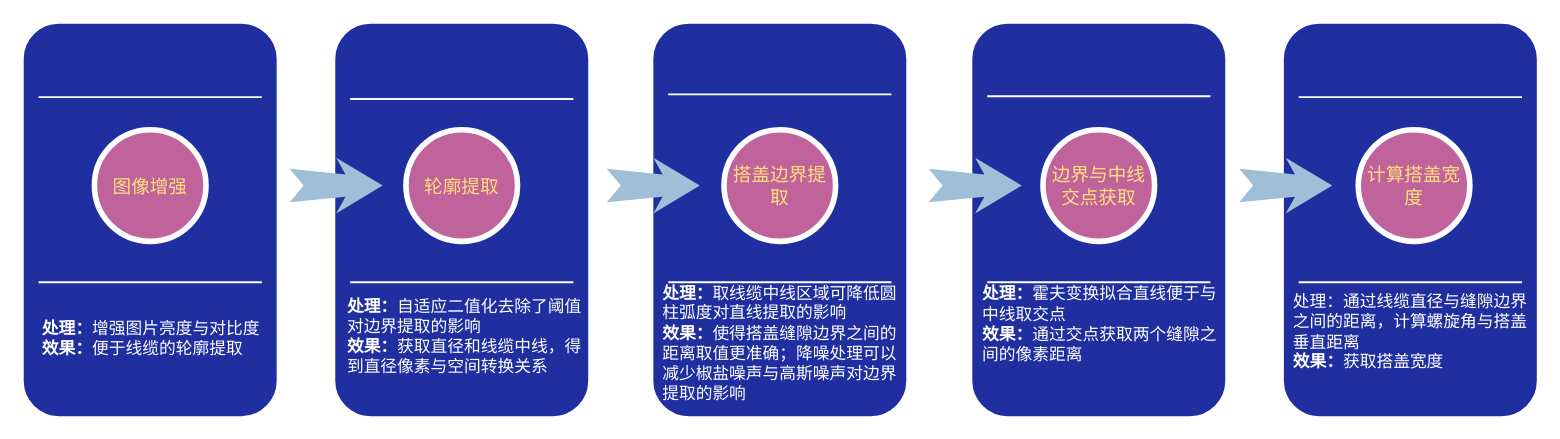
liuyi3013/colab keeps this draw.io diagram as 未命名绘图.drawio. Above is the earlier version. Source tidied: cells renumbered, new cells numbered last; positions are measured from the earlier drawing's top-left corner, leaving out a move shared by most shapes. Both pictures are drawn from the tidied source at 93%, with x=0, y=0 at pixel (20, 20).
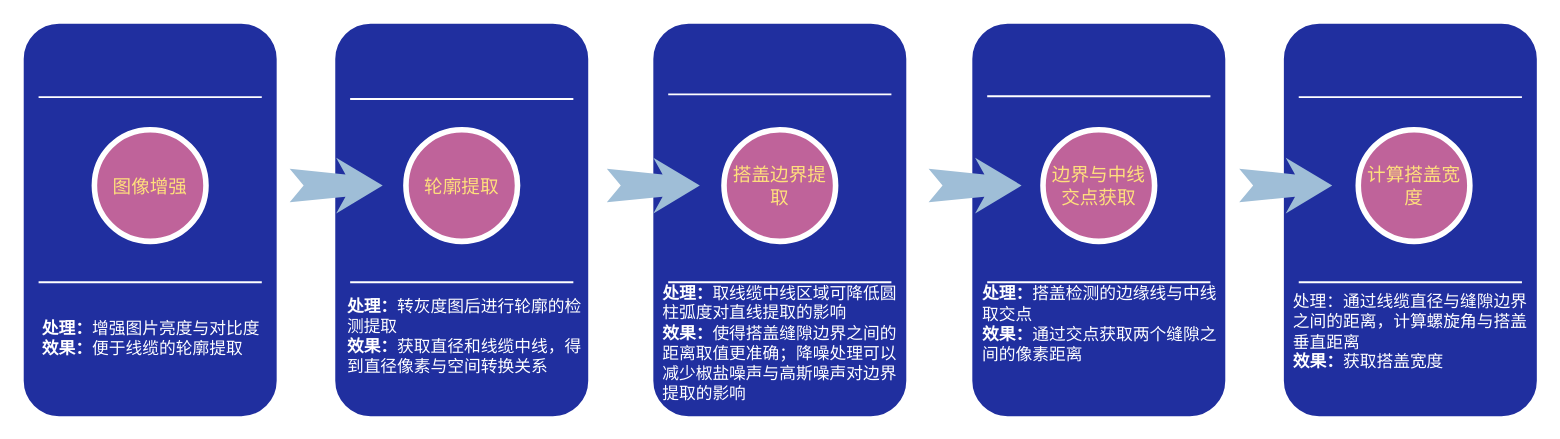
The same diagram, later.

What changed in the source:
```diff
@@
-    <mxCell id="3" value="&lt;b&gt;处理：&lt;/b&gt;自适应二值化去除了阈值对边界提取的影响&lt;br&gt;&lt;b&gt;效果：&lt;/b&gt;获取直径和线缆中线，得到直径像素与空间转换关系" style="text;html=1;strokeColor=none;fillColor=none;align=left;verticalAlign=middle;whiteSpace=wrap;rounded=0;shadow=0;fontSize=18;fontColor=#FFFFFF;" parent="1" vertex="1">
+    <mxCell id="3" value="&lt;b&gt;处理：&lt;/b&gt;转灰度图后进行轮廓的检测提取&lt;br&gt;&lt;b&gt;效果：&lt;/b&gt;获取直径和线缆中线，得到直径像素与空间转换关系" style="text;html=1;strokeColor=none;fillColor=none;align=left;verticalAlign=middle;whiteSpace=wrap;rounded=0;shadow=0;fontSize=18;fontColor=#FFFFFF;" parent="1" vertex="1">
       <mxGeometry x="349.5" y="296" width="254.5" height="90" as="geometry" />
     </mxCell>
@@
-    <mxCell id="15" value="&lt;b&gt;处理：&lt;/b&gt;霍夫变换拟合直线便于与中线取交点&lt;br&gt;&lt;b&gt;效果：&lt;/b&gt;通过交点获取两个缝隙之间的像素距离" style="text;html=1;strokeColor=none;fillColor=none;align=left;verticalAlign=middle;whiteSpace=wrap;rounded=0;shadow=0;fontSize=18;fontColor=#FFFFFF;" parent="1" vertex="1">
+    <mxCell id="15" value="&lt;b&gt;处理：&lt;/b&gt;搭盖检测的边缘线与中线取交点&lt;br&gt;&lt;b&gt;效果：&lt;/b&gt;通过交点获取两个缝隙之间的像素距离" style="text;html=1;strokeColor=none;fillColor=none;align=left;verticalAlign=middle;whiteSpace=wrap;rounded=0;shadow=0;fontSize=18;fontColor=#FFFFFF;" parent="1" vertex="1">
       <mxGeometry x="1033" y="283" width="267" height="90" as="geometry" />
     </mxCell>
```
